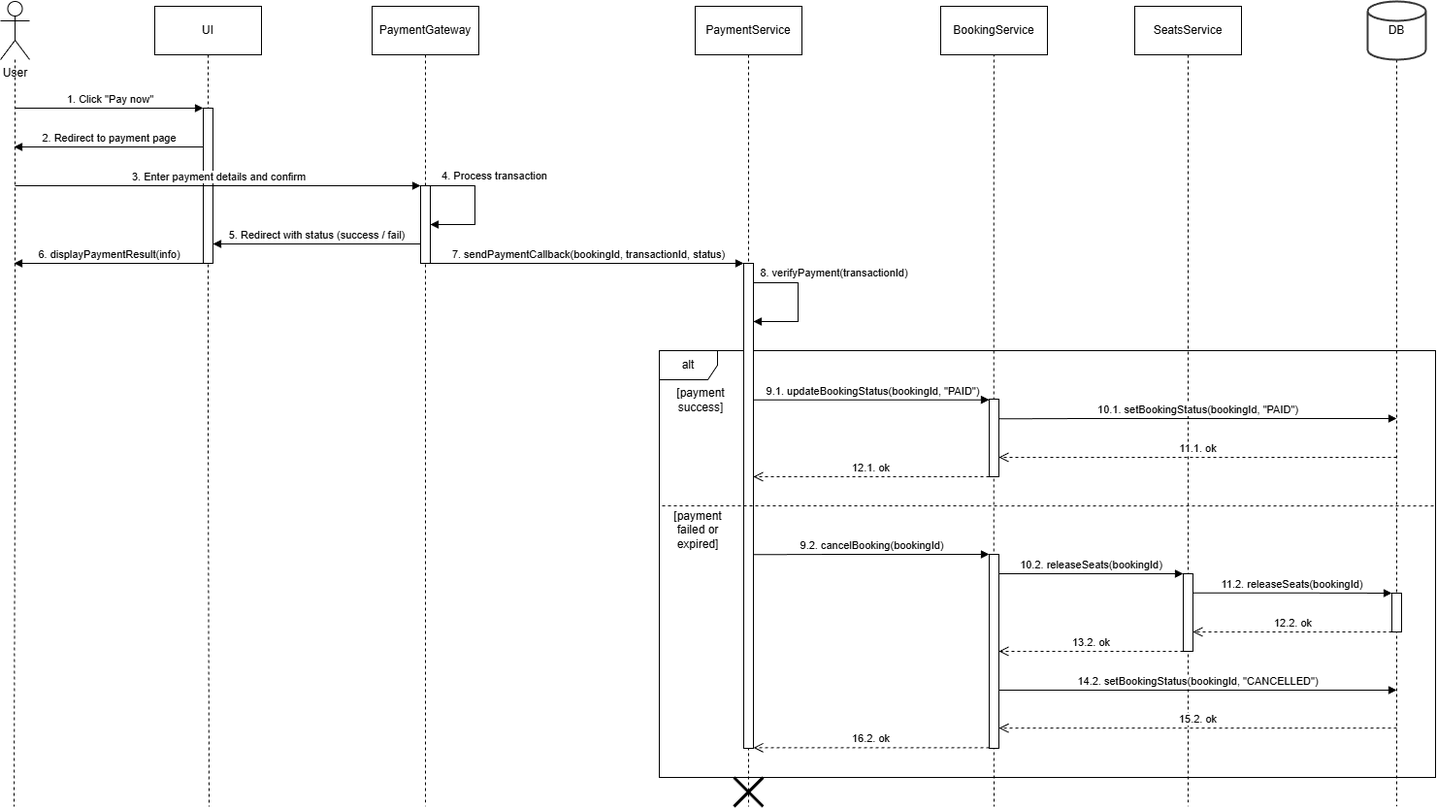
Before: Lab3/pay-online.drawio.png, a diagram exported from draw.io (Fererra/KPI). Source tidied: cells renumbered, new cells last; positions are measured from the earlier drawing's top-left corner, leaving out a move shared by most shapes.
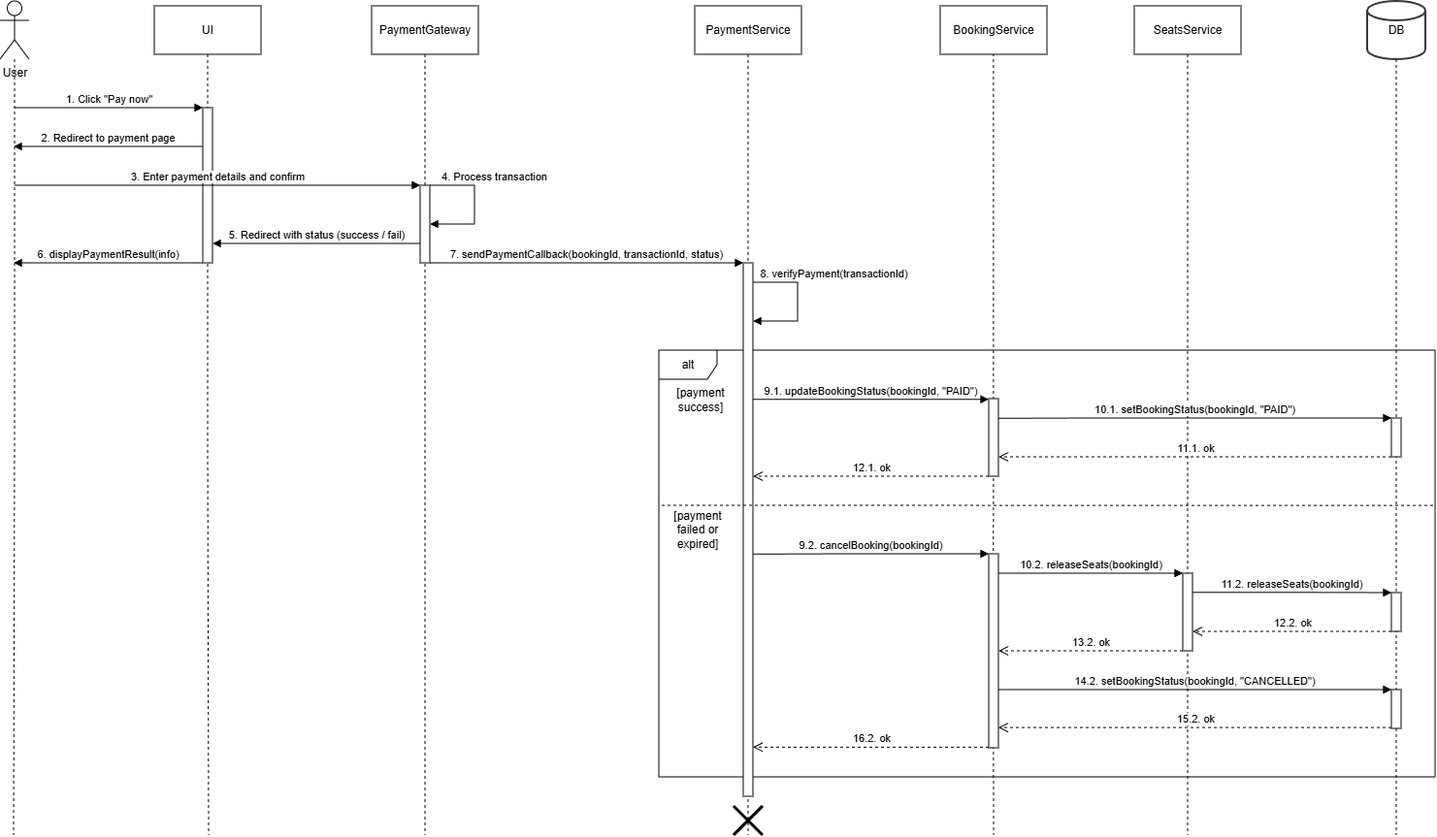
The same file after the commit.

Commit message:
fix: fix sequence diagrams

The edit, as a diff of the source:
```diff
@@ -4,7 +4,7 @@
     <mxCell id="1" parent="0" />
     <mxCell id="2" style="edgeStyle=orthogonalEdgeStyle;rounded=0;jettySize=auto;html=1;endArrow=none;endFill=0;dashed=1;" parent="1" edge="1" source="3">
       <mxGeometry relative="1" as="geometry">
-        <mxPoint x="14" y="830" as="targetPoint" />
+        <mxPoint x="14" y="860" as="targetPoint" />
         <Array as="points">
           <mxPoint x="15" y="450" />
           <mxPoint x="14" y="450" />
@@ -16,7 +16,7 @@
     </mxCell>
     <mxCell id="4" style="edgeStyle=orthogonalEdgeStyle;rounded=0;jettySize=auto;html=1;exitX=0.5;exitY=1;exitDx=0;exitDy=0;endArrow=none;endFill=0;dashed=1;" parent="1" edge="1" source="5">
       <mxGeometry relative="1" as="geometry">
-        <mxPoint x="215" y="830" as="targetPoint" />
+        <mxPoint x="215" y="860" as="targetPoint" />
       </mxGeometry>
     </mxCell>
     <mxCell id="5" value="UI" style="html=1;whiteSpace=wrap;" parent="1" vertex="1">
@@ -24,7 +24,7 @@
     </mxCell>
     <mxCell id="6" style="edgeStyle=orthogonalEdgeStyle;rounded=0;jettySize=auto;html=1;exitX=0.5;exitY=1;exitDx=0;exitDy=0;endArrow=none;endFill=0;dashed=1;" parent="1" edge="1" source="7">
       <mxGeometry relative="1" as="geometry">
-        <mxPoint x="438" y="830" as="targetPoint" />
+        <mxPoint x="438" y="860" as="targetPoint" />
       </mxGeometry>
     </mxCell>
     <mxCell id="7" value="PaymentGateway" style="html=1;whiteSpace=wrap;" parent="1" vertex="1">
@@ -32,7 +32,7 @@
     </mxCell>
     <mxCell id="8" style="edgeStyle=orthogonalEdgeStyle;rounded=0;jettySize=auto;html=1;exitX=0.5;exitY=1;exitDx=0;exitDy=0;endArrow=none;endFill=0;dashed=1;" parent="1" edge="1" source="9">
       <mxGeometry relative="1" as="geometry">
-        <mxPoint x="771" y="830" as="targetPoint" />
+        <mxPoint x="771" y="860" as="targetPoint" />
         <Array as="points">
           <mxPoint x="771" y="800" />
         </Array>
@@ -44,7 +44,7 @@
     <mxCell id="10" style="edgeStyle=orthogonalEdgeStyle;rounded=0;orthogonalLoop=1;jettySize=auto;html=1;endArrow=none;endFill=0;dashed=1;" parent="1" edge="1">
       <mxGeometry relative="1" as="geometry">
         <mxPoint x="1023.8" y="30" as="sourcePoint" />
-        <mxPoint x="1024" y="830" as="targetPoint" />
+        <mxPoint x="1024" y="860" as="targetPoint" />
         <Array as="points">
           <mxPoint x="1023.8" y="685" />
           <mxPoint x="1023.8" y="685" />
@@ -56,7 +56,7 @@
     </mxCell>
     <mxCell id="12" style="edgeStyle=orthogonalEdgeStyle;rounded=0;jettySize=auto;html=1;endArrow=none;endFill=0;dashed=1;" parent="1" edge="1" source="13">
       <mxGeometry relative="1" as="geometry">
-        <mxPoint x="1439" y="830" as="targetPoint" />
+        <mxPoint x="1439" y="860" as="targetPoint" />
       </mxGeometry>
     </mxCell>
     <mxCell id="13" value="DB" style="strokeWidth=2;html=1;shape=mxgraph.flowchart.database;whiteSpace=wrap;strokeColor=light-dark(#383838, #e1e1e1);" parent="1" vertex="1">
@@ -70,15 +70,14 @@
     </mxCell>
     <mxCell id="16" style="edgeStyle=orthogonalEdgeStyle;rounded=0;jettySize=auto;html=1;dashed=1;endArrow=none;endFill=0;" parent="1" edge="1" source="17">
       <mxGeometry relative="1" as="geometry">
-        <mxPoint x="1224" y="830" as="targetPoint" />
+        <mxPoint x="1224" y="860" as="targetPoint" />
       </mxGeometry>
     </mxCell>
     <mxCell id="17" value="SeatsService" style="html=1;whiteSpace=wrap;" parent="1" vertex="1">
       <mxGeometry x="1169" y="5" width="110" height="50" as="geometry" />
     </mxCell>
-    <mxCell id="18" value="11.1. ok" style="html=1;verticalAlign=bottom;endArrow=open;dashed=1;endSize=8;curved=0;rounded=0;" parent="1" edge="1" target="25">
+    <mxCell id="18" value="11.1. ok" style="html=1;verticalAlign=bottom;endArrow=open;dashed=1;endSize=8;curved=0;rounded=0;" parent="1" edge="1" source="48" target="25">
       <mxGeometry relative="1" as="geometry">
-        <mxPoint x="1439" y="470" as="sourcePoint" />
         <Array as="points">
           <mxPoint x="1289" y="470" />
           <mxPoint x="1129" y="470" />
@@ -95,7 +94,7 @@
       </mxGeometry>
     </mxCell>
     <mxCell id="21" style="shape=umlDestroy;whiteSpace=wrap;html=1;strokeWidth=3;targetShapes=umlLifeline;" parent="1" vertex="1">
-      <mxGeometry x="756" y="800" width="30" height="30" as="geometry" />
+      <mxGeometry x="756" y="830" width="30" height="30" as="geometry" />
     </mxCell>
     <mxCell id="22" style="html=1;perimeter=orthogonalPerimeter;targetShapes=umlLifeline;newEdgeStyle={&quot;curved&quot;:0,&quot;rounded&quot;:0};" parent="1" vertex="1">
       <mxGeometry x="209" y="110" width="10" height="160" as="geometry" />
@@ -104,7 +103,7 @@
       <mxGeometry x="433" y="190" width="10" height="80" as="geometry" />
     </mxCell>
     <mxCell id="24" style="html=1;perimeter=orthogonalPerimeter;targetShapes=umlLifeline;newEdgeStyle={&quot;curved&quot;:0,&quot;rounded&quot;:0};" parent="1" vertex="1">
-      <mxGeometry x="766" y="270" width="10" height="500" as="geometry" />
+      <mxGeometry x="766" y="270" width="10" height="550" as="geometry" />
     </mxCell>
     <mxCell id="25" style="html=1;points=[[0,0,0,0,5],[0,1,0,0,-5],[1,0,0,0,5],[1,1,0,0,-5]];perimeter=orthogonalPerimeter;outlineConnect=0;targetShapes=umlLifeline;portConstraint=eastwest;newEdgeStyle={&quot;curved&quot;:0,&quot;rounded&quot;:0};" parent="1" vertex="1">
       <mxGeometry x="1019" y="410" width="10" height="80" as="geometry" />
@@ -177,10 +176,9 @@
         </Array>
       </mxGeometry>
     </mxCell>
-    <mxCell id="35" value="10.1. setBookingStatus(bookingId, &quot;PAID&quot;)" style="html=1;verticalAlign=bottom;endArrow=block;curved=0;rounded=0;" parent="1" edge="1">
+    <mxCell id="35" value="10.1. setBookingStatus(bookingId, &quot;PAID&quot;)" style="html=1;verticalAlign=bottom;endArrow=block;curved=0;rounded=0;" parent="1" edge="1" target="48">
       <mxGeometry relative="1" as="geometry">
         <mxPoint x="1029" y="430.3" as="sourcePoint" />
-        <mxPoint x="1439" y="430" as="targetPoint" />
         <Array as="points">
           <mxPoint x="1119" y="430" />
         </Array>
@@ -240,18 +238,16 @@
         </Array>
       </mxGeometry>
     </mxCell>
-    <mxCell id="44" value="14.2. setBookingStatus(bookingId, &quot;CANCELLED&quot;)" style="html=1;verticalAlign=bottom;endArrow=block;curved=0;rounded=0;" parent="1" edge="1">
+    <mxCell id="44" value="14.2. setBookingStatus(bookingId, &quot;CANCELLED&quot;)" style="html=1;verticalAlign=bottom;endArrow=block;curved=0;rounded=0;" parent="1" edge="1" target="49">
       <mxGeometry relative="1" as="geometry">
         <mxPoint x="1029" y="710" as="sourcePoint" />
-        <mxPoint x="1439" y="710" as="targetPoint" />
         <Array as="points">
           <mxPoint x="1119" y="710" />
         </Array>
       </mxGeometry>
     </mxCell>
-    <mxCell id="45" value="15.2. ok" style="html=1;verticalAlign=bottom;endArrow=open;dashed=1;endSize=8;curved=0;rounded=0;" parent="1" edge="1" target="38">
+    <mxCell id="45" value="15.2. ok" style="html=1;verticalAlign=bottom;endArrow=open;dashed=1;endSize=8;curved=0;rounded=0;" parent="1" edge="1" source="49" target="38">
       <mxGeometry relative="1" as="geometry">
-        <mxPoint x="1439" y="749.2" as="sourcePoint" />
         <Array as="points">
           <mxPoint x="1289" y="749.2" />
           <mxPoint x="1129" y="749.2" />
@@ -274,5 +270,11 @@
         <mxPoint x="219" y="250" as="targetPoint" />
       </mxGeometry>
     </mxCell>
+    <mxCell id="48" style="html=1;points=[[0,0,0,0,5],[0,1,0,0,-5],[1,0,0,0,5],[1,1,0,0,-5]];perimeter=orthogonalPerimeter;outlineConnect=0;targetShapes=umlLifeline;portConstraint=eastwest;newEdgeStyle={&quot;curved&quot;:0,&quot;rounded&quot;:0};" parent="1" vertex="1">
+      <mxGeometry x="1434" y="430" width="10" height="40" as="geometry" />
+    </mxCell>
+    <mxCell id="49" style="html=1;points=[[0,0,0,0,5],[0,1,0,0,-5],[1,0,0,0,5],[1,1,0,0,-5]];perimeter=orthogonalPerimeter;outlineConnect=0;targetShapes=umlLifeline;portConstraint=eastwest;newEdgeStyle={&quot;curved&quot;:0,&quot;rounded&quot;:0};" parent="1" vertex="1">
+      <mxGeometry x="1434" y="710" width="10" height="40" as="geometry" />
+    </mxCell>
   </root>
 </mxGraphModel>
```
